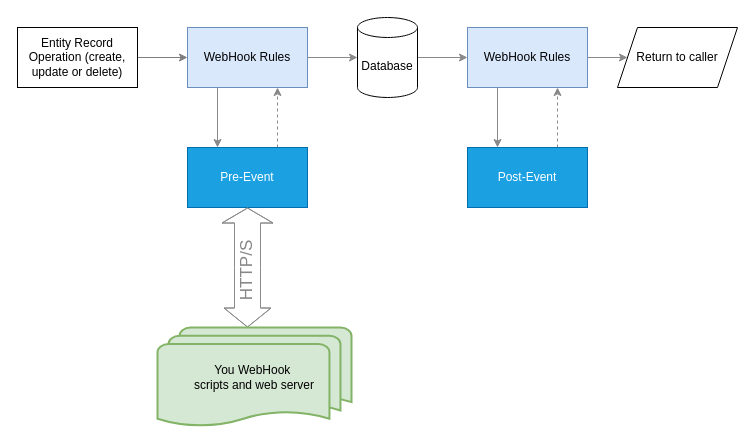
Above: resources/webhook.drawio in Hornbill-Docs/esp-fundamentals (draw.io), before the change. Source tidied: cells renumbered, new cells numbered last; positions are measured from the earlier drawing's top-left corner, leaving out a move shared by most shapes. Both pictures are drawn from the tidied source at 100%, with x=0, y=0 at pixel (17, 17).
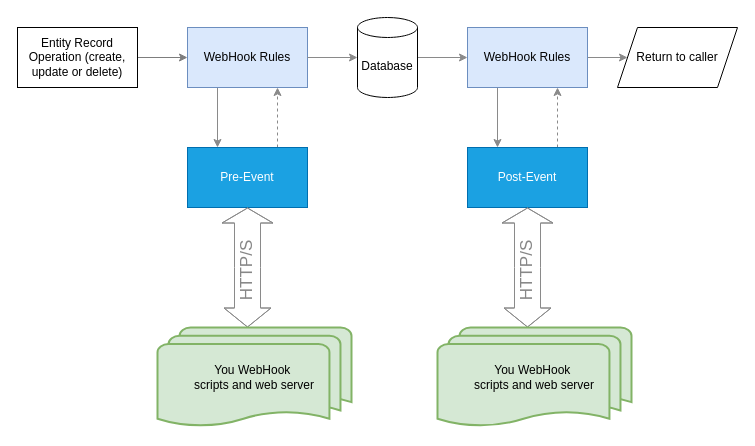
The same diagram, later.

What changed in the source:
```diff
@@
+    <mxCell id="20" style="shape=flexArrow;endArrow=classic;startArrow=classic;html=1;rounded=0;entryX=0.5;entryY=1;entryDx=0;entryDy=0;endWidth=24;endSize=4.67;width=26;strokeColor=#8A8A8A;" parent="1" edge="1">
+      <mxGeometry relative="1" as="geometry">
+        <mxPoint x="510" y="310" as="sourcePoint" />
+        <mxPoint x="510" y="190" as="targetPoint" />
+        <Array as="points">
+          <mxPoint x="510" y="250" />
+        </Array>
+      </mxGeometry>
+    </mxCell>
+    <mxCell id="21" value="&lt;div&gt;You WebHook&amp;nbsp;&lt;/div&gt;&lt;div&gt;scripts and web server&lt;/div&gt;" style="strokeWidth=2;html=1;shape=mxgraph.flowchart.multi-document;whiteSpace=wrap;fillColor=#d5e8d4;strokeColor=#82b366;" parent="1" vertex="1">
+      <mxGeometry x="420" y="310" width="194" height="100" as="geometry" />
+    </mxCell>
+    <mxCell id="22" value="HTTP/S" style="text;strokeColor=none;align=center;fillColor=none;html=1;verticalAlign=middle;whiteSpace=wrap;rounded=0;rotation=-90;fontSize=17;fontColor=#878787;" parent="1" vertex="1">
+      <mxGeometry x="480" y="238" width="60" height="30" as="geometry" />
+    </mxCell>
```
